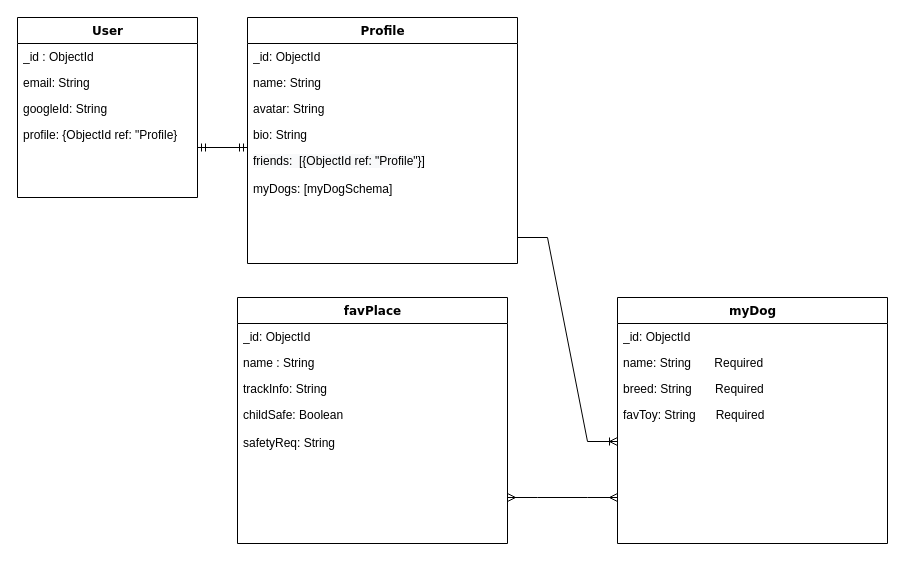
This is dog-E Diagram.drawio from williambennett321/Dog-E, a draw.io file, before an edit. Source tidied: cells renumbered, new cells numbered last; positions are measured from the earlier drawing's top-left corner, leaving out a move shared by most shapes. Both pictures are drawn from the tidied source at 100%, with x=0, y=0 at pixel (17, 17).
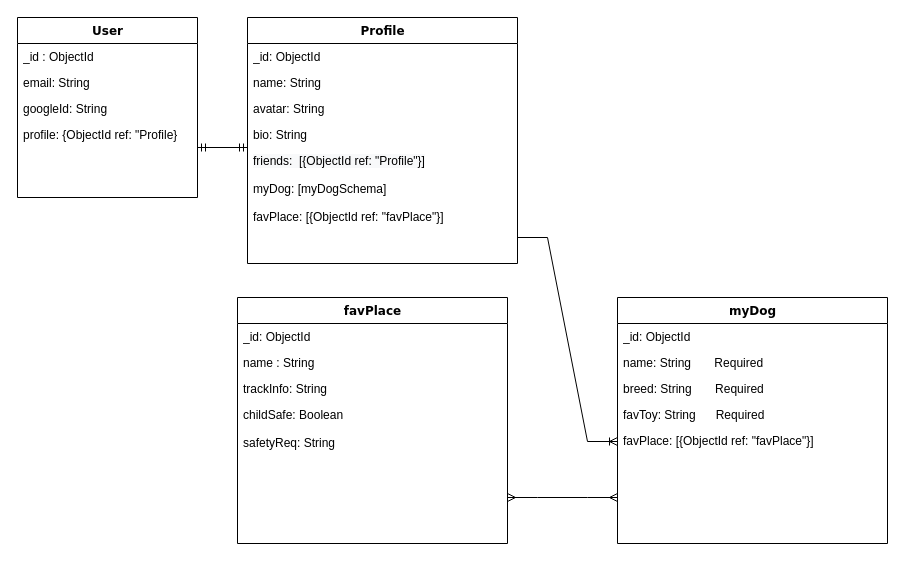
The same page after the edit.

The change refers to these unchanged cells:
```xml
<mxCell id="7" value="Profile" style="swimlane;html=1;fontStyle=1;align=center;verticalAlign=top;horizontal=1;startSize=26;swimlaneFillColor=#ffffff;rounded=0;shadow=0;comic=0;labelBackgroundColor=none;strokeWidth=1;fillColor=none;fontFamily=Verdana;fontSize=12;" parent="1" vertex="1">
  <mxGeometry x="230" width="270" height="246" as="geometry" />
</mxCell>
<mxCell id="21" value="myDog" style="swimlane;html=1;fontStyle=1;align=center;verticalAlign=top;horizontal=1;startSize=26;swimlaneFillColor=#ffffff;rounded=0;shadow=0;comic=0;labelBackgroundColor=none;strokeWidth=1;fillColor=none;fontFamily=Verdana;fontSize=12;" parent="1" vertex="1">
  <mxGeometry x="600" y="280" width="270" height="246" as="geometry" />
</mxCell>
```

Diff of the diagram source:
```diff
@@
-    <mxCell id="14" value="&lt;font face=&quot;helvetica&quot;&gt;myDogs: [myDogSchema]&lt;/font&gt;" style="text;html=1;strokeColor=none;fillColor=none;align=left;verticalAlign=top;spacingLeft=4;spacingRight=4;whiteSpace=wrap;overflow=hidden;" parent="7" vertex="1">
+    <mxCell id="14" value="&lt;span style=&quot;font-family: &amp;#34;helvetica&amp;#34;&quot;&gt;myDog: [myDogSchema]&lt;/span&gt;" style="text;html=1;strokeColor=none;fillColor=none;align=left;verticalAlign=top;spacingLeft=4;spacingRight=4;whiteSpace=wrap;overflow=hidden;" parent="7" vertex="1">
       <mxGeometry y="158" width="270" height="28" as="geometry" />
     </mxCell>
+    <mxCell id="28" value="&lt;font face=&quot;helvetica&quot;&gt;favPlace: [{ObjectId ref: &quot;favPlace&quot;}]&lt;br&gt;&lt;/font&gt;" style="text;html=1;strokeColor=none;fillColor=none;align=left;verticalAlign=top;spacingLeft=4;spacingRight=4;whiteSpace=wrap;overflow=hidden;" parent="7" vertex="1">
+      <mxGeometry y="186" width="270" height="28" as="geometry" />
+    </mxCell>
@@
+    <mxCell id="29" value="favPlace: [{ObjectId ref: &quot;favPlace&quot;}]" style="text;html=1;strokeColor=none;fillColor=none;align=left;verticalAlign=top;spacingLeft=4;spacingRight=4;whiteSpace=wrap;overflow=hidden;" parent="21" vertex="1">
+      <mxGeometry y="130" width="270" height="26" as="geometry" />
+    </mxCell>
```
